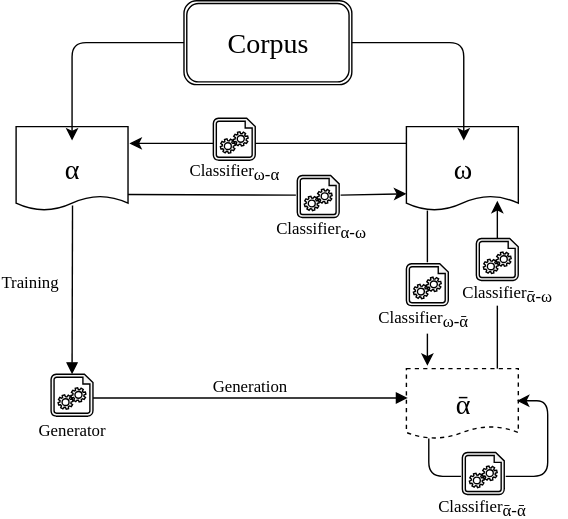
Before: presentation/img/setup.svg, a diagram exported from draw.io (jedgusse/project_lorenzo). Source tidied: cells renumbered, new cells last; positions are measured from the earlier drawing's top-left corner, leaving out a move shared by most shapes. Source of this version:
```xml
<mxGraphModel>
  <root>
    <mxCell id="0" />
    <mxCell id="1" parent="0" />
    <mxCell id="2" style="edgeStyle=segmentEdgeStyle;endArrow=classic;html=1;entryX=0.5;entryY=0;exitX=0;exitY=0.5;fontFamily=Computer Modern;labelBackgroundColor=none;" parent="1" edge="1">
      <mxGeometry relative="1" as="geometry">
        <mxPoint x="120" y="30" as="sourcePoint" />
        <mxPoint x="40" y="100" as="targetPoint" />
        <Array as="points">
          <mxPoint x="40" y="30" />
        </Array>
      </mxGeometry>
    </mxCell>
    <mxCell id="3" style="edgeStyle=segmentEdgeStyle;endArrow=classic;html=1;entryX=0.5;entryY=0;exitX=1;exitY=0.5;fontFamily=Computer Modern;labelBackgroundColor=none;" parent="1" edge="1">
      <mxGeometry relative="1" as="geometry">
        <mxPoint x="240" y="30" as="sourcePoint" />
        <mxPoint x="320" y="100" as="targetPoint" />
        <Array as="points">
          <mxPoint x="320" y="30" />
        </Array>
      </mxGeometry>
    </mxCell>
    <mxCell id="4" style="group;shadow=0;comic=0;rounded=0;glass=0;fontFamily=Computer Modern;labelBackgroundColor=none;" parent="1" vertex="1">
      <mxGeometry x="324" y="170" width="70" height="45" as="geometry" />
    </mxCell>
    <mxCell id="5" style="verticalLabelPosition=bottom;html=1;verticalAlign=top;strokeColor=#000000;fillColor=#f5f5f5;shape=mxgraph.azure.startup_task;fontFamily=Computer Modern;labelBackgroundColor=none;" parent="4" vertex="1">
      <mxGeometry x="5" width="30" height="30" as="geometry" />
    </mxCell>
    <mxCell id="6" value="&lt;font&gt;&lt;font style=&quot;font-size: 12px&quot;&gt;Classifier&lt;/font&gt;&lt;sub&gt;&lt;font style=&quot;font-size: 12px&quot;&gt;ᾱ-ω&lt;/font&gt;&lt;/sub&gt;&lt;/font&gt;" style="text;html=1;strokeColor=none;fillColor=none;align=center;verticalAlign=middle;whiteSpace=wrap;fontFamily=Computer Modern;labelBackgroundColor=none;" parent="4" vertex="1">
      <mxGeometry x="-10" y="35" width="73" height="10" as="geometry" />
    </mxCell>
    <mxCell id="7" style="endArrow=classic;html=1;entryX=0.761;entryY=0.869;entryPerimeter=0;fontFamily=Computer Modern;labelBackgroundColor=none;" parent="1" edge="1">
      <mxGeometry relative="1" as="geometry">
        <mxPoint x="344" y="170" as="sourcePoint" />
        <mxPoint x="344" y="143" as="targetPoint" />
      </mxGeometry>
    </mxCell>
    <mxCell id="8" style="group;fontFamily=Computer Modern;labelBackgroundColor=none;" parent="1" vertex="1">
      <mxGeometry x="20" y="267" width="40" height="45" as="geometry" />
    </mxCell>
    <mxCell id="9" style="group;shadow=0;comic=0;rounded=0;glass=0;fontFamily=Computer Modern;labelBackgroundColor=none;" parent="8" vertex="1">
      <mxGeometry width="40" height="45" as="geometry" />
    </mxCell>
    <mxCell id="10" style="verticalLabelPosition=bottom;html=1;verticalAlign=top;strokeColor=#000000;fillColor=#f5f5f5;shape=mxgraph.azure.startup_task;fontFamily=Computer Modern;labelBackgroundColor=none;" parent="9" vertex="1">
      <mxGeometry x="5" width="30" height="30" as="geometry" />
    </mxCell>
    <mxCell id="11" value="Generator" style="text;html=1;strokeColor=none;fillColor=none;align=center;verticalAlign=middle;whiteSpace=wrap;fontFamily=Computer Modern;labelBackgroundColor=none;" parent="9" vertex="1">
      <mxGeometry y="35" width="40" height="10" as="geometry" />
    </mxCell>
    <mxCell id="12" value="&lt;span&gt;&lt;font style=&quot;font-size: 20px&quot;&gt;α&lt;/font&gt;&lt;/span&gt;" style="shape=document;whiteSpace=wrap;html=1;rounded=0;shadow=0;glass=0;comic=0;strokeColor=#000000;fillColor=none;gradientColor=none;size=0.17409119282871643;fontFamily=Computer Modern;labelBackgroundColor=none;" parent="1" vertex="1">
      <mxGeometry y="90" width="80" height="60" as="geometry" />
    </mxCell>
    <mxCell id="13" value="&lt;span&gt;&lt;font style=&quot;font-size: 20px&quot;&gt;ω&lt;/font&gt;&lt;/span&gt;&lt;br&gt;" style="shape=document;whiteSpace=wrap;html=1;rounded=0;shadow=0;glass=0;comic=0;strokeColor=#000000;fillColor=none;gradientColor=none;size=0.17409119282871643;fontFamily=Computer Modern;labelBackgroundColor=none;" parent="1" vertex="1">
      <mxGeometry x="279" y="90" width="80" height="60" as="geometry" />
    </mxCell>
    <mxCell id="14" value="&lt;font style=&quot;font-size: 12px&quot;&gt;Generation&lt;/font&gt;" style="html=1;verticalAlign=bottom;endArrow=block;entryX=0.007;entryY=0.422;entryPerimeter=0;fontFamily=Computer Modern;labelBackgroundColor=none;" parent="1" edge="1" target="15">
      <mxGeometry relative="1" as="geometry">
        <mxPoint x="55" y="284" as="sourcePoint" />
      </mxGeometry>
    </mxCell>
    <mxCell id="15" value="&lt;span&gt;&lt;font style=&quot;font-size: 20px&quot;&gt;ᾱ&lt;/font&gt;&lt;/span&gt;" style="shape=document;whiteSpace=wrap;html=1;rounded=0;shadow=0;glass=0;comic=0;strokeColor=#000000;fillColor=none;gradientColor=none;size=0.17409119282871643;dashed=1;fontFamily=Computer Modern;labelBackgroundColor=none;" parent="1" vertex="1">
      <mxGeometry x="279" y="263" width="80" height="50" as="geometry" />
    </mxCell>
    <mxCell id="16" value="&lt;font style=&quot;font-size: 12px&quot;&gt;Training&lt;/font&gt;" style="html=1;verticalAlign=bottom;endArrow=block;exitX=0.503;exitY=0.963;exitPerimeter=0;entryX=0.487;entryY=-0.008;entryPerimeter=0;fontFamily=Computer Modern;labelBackgroundColor=none;" parent="1" edge="1" target="10">
      <mxGeometry x="0.06" y="-30" relative="1" as="geometry">
        <mxPoint x="40.3" y="146.3" as="sourcePoint" />
      </mxGeometry>
    </mxCell>
    <mxCell id="17" style="endArrow=none;html=1;fontFamily=Computer Modern;labelBackgroundColor=none;" parent="1" edge="1">
      <mxGeometry relative="1" as="geometry">
        <mxPoint x="344" y="263" as="sourcePoint" />
        <mxPoint x="344" y="218" as="targetPoint" />
      </mxGeometry>
    </mxCell>
    <mxCell id="18" style="group;shadow=0;comic=0;rounded=0;glass=0;fontFamily=Computer Modern;labelBackgroundColor=none;" parent="1" vertex="1">
      <mxGeometry x="274" y="188" width="53" height="45" as="geometry" />
    </mxCell>
    <mxCell id="19" style="verticalLabelPosition=bottom;html=1;verticalAlign=top;strokeColor=#000000;fillColor=#f5f5f5;shape=mxgraph.azure.startup_task;fontFamily=Computer Modern;labelBackgroundColor=none;" parent="18" vertex="1">
      <mxGeometry x="5" width="30" height="30" as="geometry" />
    </mxCell>
    <mxCell id="20" value="&lt;font&gt;&lt;font style=&quot;font-size: 12px&quot;&gt;Classifier&lt;/font&gt;&lt;sub&gt;&lt;font style=&quot;font-size: 12px&quot;&gt;ω-ᾱ&lt;/font&gt;&lt;/sub&gt;&lt;/font&gt;" style="text;html=1;strokeColor=none;fillColor=none;align=center;verticalAlign=middle;whiteSpace=wrap;fontFamily=Computer Modern;labelBackgroundColor=none;" parent="18" vertex="1">
      <mxGeometry x="-20" y="35" width="73" height="10" as="geometry" />
    </mxCell>
    <mxCell id="21" style="endArrow=none;html=1;exitX=0.495;exitY=-0.027;exitPerimeter=0;fontFamily=Computer Modern;labelBackgroundColor=none;" parent="1" edge="1" source="19">
      <mxGeometry relative="1" as="geometry">
        <mxPoint x="294" y="150" as="targetPoint" />
      </mxGeometry>
    </mxCell>
    <mxCell id="22" style="endArrow=classic;html=1;fontFamily=Computer Modern;labelBackgroundColor=none;" parent="1" edge="1">
      <mxGeometry relative="1" as="geometry">
        <mxPoint x="294" y="238" as="sourcePoint" />
        <mxPoint x="294" y="261" as="targetPoint" />
      </mxGeometry>
    </mxCell>
    <mxCell id="23" style="group;shadow=0;comic=0;rounded=0;glass=0;fontFamily=Computer Modern;labelBackgroundColor=none;" parent="1" vertex="1">
      <mxGeometry x="196" y="125" width="40" height="45" as="geometry" />
    </mxCell>
    <mxCell id="24" style="verticalLabelPosition=bottom;html=1;verticalAlign=top;strokeColor=#000000;fillColor=#f5f5f5;shape=mxgraph.azure.startup_task;fontFamily=Computer Modern;labelBackgroundColor=none;" parent="23" vertex="1">
      <mxGeometry x="5" width="30" height="30" as="geometry" />
    </mxCell>
    <mxCell id="25" value="Classifier&lt;sub&gt;&lt;font style=&quot;font-size: 12px&quot;&gt;α-ω&lt;/font&gt;&lt;/sub&gt;" style="text;html=1;strokeColor=none;fillColor=none;align=center;verticalAlign=middle;whiteSpace=wrap;fontFamily=Computer Modern;labelBackgroundColor=none;" parent="23" vertex="1">
      <mxGeometry x="-18" y="34" width="80" height="10" as="geometry" />
    </mxCell>
    <mxCell id="26" style="group;shadow=0;comic=0;rounded=0;glass=0;fontFamily=Computer Modern;labelBackgroundColor=none;" parent="1" vertex="1">
      <mxGeometry x="314" y="323" width="60" height="45" as="geometry" />
    </mxCell>
    <mxCell id="27" style="verticalLabelPosition=bottom;html=1;verticalAlign=top;strokeColor=#000000;fillColor=#f5f5f5;shape=mxgraph.azure.startup_task;fontFamily=Computer Modern;labelBackgroundColor=none;" parent="26" vertex="1">
      <mxGeometry x="5" width="30" height="30" as="geometry" />
    </mxCell>
    <mxCell id="28" value="Classifier&lt;sub&gt;&lt;font style=&quot;font-size: 12px&quot;&gt;ᾱ-ᾱ&lt;/font&gt;&lt;/sub&gt;" style="text;html=1;strokeColor=none;fillColor=none;align=center;verticalAlign=middle;whiteSpace=wrap;fontFamily=Computer Modern;labelBackgroundColor=none;" parent="26" vertex="1">
      <mxGeometry x="-20" y="35" width="77" height="10" as="geometry" />
    </mxCell>
    <mxCell id="29" style="endArrow=classic;html=1;entryX=1.013;entryY=0.2;entryPerimeter=0;exitX=0;exitY=0.6;exitPerimeter=0;fontFamily=Computer Modern;labelBackgroundColor=none;" parent="1" edge="1" source="34" target="12">
      <mxGeometry relative="1" as="geometry" />
    </mxCell>
    <mxCell id="30" style="endArrow=classic;html=1;entryX=0;entryY=0.808;entryPerimeter=0;fontFamily=Computer Modern;labelBackgroundColor=none;" parent="1" edge="1" target="13">
      <mxGeometry relative="1" as="geometry">
        <mxPoint x="232" y="139" as="sourcePoint" />
      </mxGeometry>
    </mxCell>
    <mxCell id="31" style="endArrow=none;html=1;entryX=0;entryY=0.25;exitX=1;exitY=0.6;exitPerimeter=0;fontFamily=Computer Modern;labelBackgroundColor=none;" parent="1" edge="1" source="34">
      <mxGeometry relative="1" as="geometry">
        <mxPoint x="279" y="102" as="targetPoint" />
      </mxGeometry>
    </mxCell>
    <mxCell id="32" style="endArrow=none;html=1;entryX=1.025;entryY=0.808;entryPerimeter=0;fontFamily=Computer Modern;labelBackgroundColor=none;" parent="1" edge="1">
      <mxGeometry relative="1" as="geometry">
        <mxPoint x="200" y="139" as="sourcePoint" />
        <mxPoint x="80" y="138.5" as="targetPoint" />
      </mxGeometry>
    </mxCell>
    <mxCell id="33" style="group;shadow=0;comic=0;rounded=0;glass=0;fontFamily=Computer Modern;labelBackgroundColor=none;" parent="1" vertex="1">
      <mxGeometry x="140" y="84" width="40" height="45" as="geometry" />
    </mxCell>
    <mxCell id="34" style="verticalLabelPosition=bottom;html=1;verticalAlign=top;strokeColor=#000000;fillColor=#f5f5f5;shape=mxgraph.azure.startup_task;fontFamily=Computer Modern;labelBackgroundColor=none;" parent="33" vertex="1">
      <mxGeometry x="1" width="30" height="30" as="geometry" />
    </mxCell>
    <mxCell id="35" value="&lt;font&gt;&lt;font&gt;&lt;font style=&quot;font-size: 12px&quot;&gt;Classifie&lt;/font&gt;&lt;font style=&quot;font-size: 12px&quot;&gt;r&lt;/font&gt;&lt;/font&gt;&lt;/font&gt;&lt;sub&gt;&lt;font style=&quot;font-size: 12px&quot;&gt;ω-α&lt;/font&gt;&lt;/sub&gt;" style="text;html=1;strokeColor=none;fillColor=none;align=center;verticalAlign=middle;whiteSpace=wrap;fontFamily=Computer Modern;labelBackgroundColor=none;" parent="33" vertex="1">
      <mxGeometry x="-24" y="34" width="80" height="10" as="geometry" />
    </mxCell>
    <mxCell id="36" style="endArrow=none;html=1;entryX=0.32;entryY=0.98;entryPerimeter=0;exitX=-0.017;exitY=0.567;exitPerimeter=0;fontFamily=Computer Modern;labelBackgroundColor=none;" parent="1" edge="1" source="27">
      <mxGeometry relative="1" as="geometry">
        <mxPoint x="295" y="313" as="targetPoint" />
        <Array as="points">
          <mxPoint x="295" y="340" />
        </Array>
      </mxGeometry>
    </mxCell>
    <mxCell id="37" style="endArrow=classic;html=1;fontFamily=Computer Modern;labelBackgroundColor=none;" parent="1" edge="1">
      <mxGeometry relative="1" as="geometry">
        <mxPoint x="350" y="340" as="sourcePoint" />
        <mxPoint x="358" y="286" as="targetPoint" />
        <Array as="points">
          <mxPoint x="380" y="340" />
          <mxPoint x="380" y="286" />
        </Array>
      </mxGeometry>
    </mxCell>
    <mxCell id="38" value="&lt;font style=&quot;font-size: 20px&quot;&gt;Corpus&lt;/font&gt;" style="shape=ext;double=1;rounded=1;whiteSpace=wrap;html=1;fontFamily=Computer Modern;fillColor=none;labelBackgroundColor=none;" parent="1" vertex="1">
      <mxGeometry x="120" width="120" height="60" as="geometry" />
    </mxCell>
  </root>
</mxGraphModel>
```
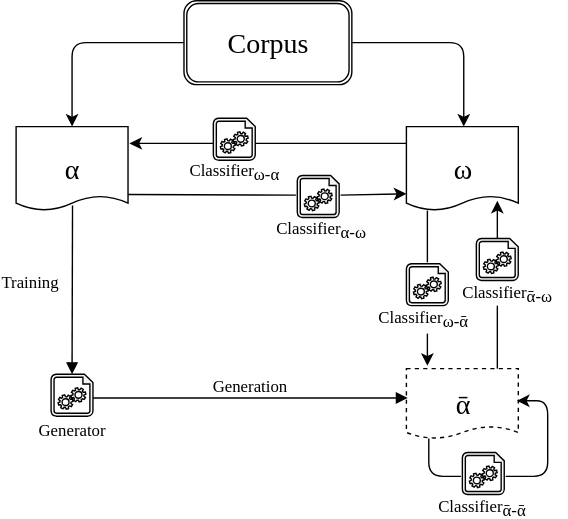
Later version of the same file.

What changed in the source:
```diff
@@ -2,19 +2,18 @@
   <root>
     <mxCell id="0" />
     <mxCell id="1" parent="0" />
-    <mxCell id="2" style="edgeStyle=segmentEdgeStyle;endArrow=classic;html=1;entryX=0.5;entryY=0;exitX=0;exitY=0.5;fontFamily=Computer Modern;labelBackgroundColor=none;" parent="1" edge="1">
+    <mxCell id="2" style="edgeStyle=segmentEdgeStyle;endArrow=classic;html=1;entryX=0.5;entryY=0;exitX=0;exitY=0.5;fontFamily=Computer Modern;labelBackgroundColor=none;" parent="1" edge="1" target="12">
       <mxGeometry relative="1" as="geometry">
         <mxPoint x="120" y="30" as="sourcePoint" />
-        <mxPoint x="40" y="100" as="targetPoint" />
         <Array as="points">
           <mxPoint x="40" y="30" />
         </Array>
       </mxGeometry>
     </mxCell>
-    <mxCell id="3" style="edgeStyle=segmentEdgeStyle;endArrow=classic;html=1;entryX=0.5;entryY=0;exitX=1;exitY=0.5;fontFamily=Computer Modern;labelBackgroundColor=none;" parent="1" edge="1">
+    <mxCell id="3" style="edgeStyle=segmentEdgeStyle;endArrow=classic;html=1;exitX=1;exitY=0.5;fontFamily=Computer Modern;labelBackgroundColor=none;" parent="1" edge="1">
       <mxGeometry relative="1" as="geometry">
         <mxPoint x="240" y="30" as="sourcePoint" />
-        <mxPoint x="320" y="100" as="targetPoint" />
+        <mxPoint x="320" y="90" as="targetPoint" />
         <Array as="points">
           <mxPoint x="320" y="30" />
         </Array>
```
